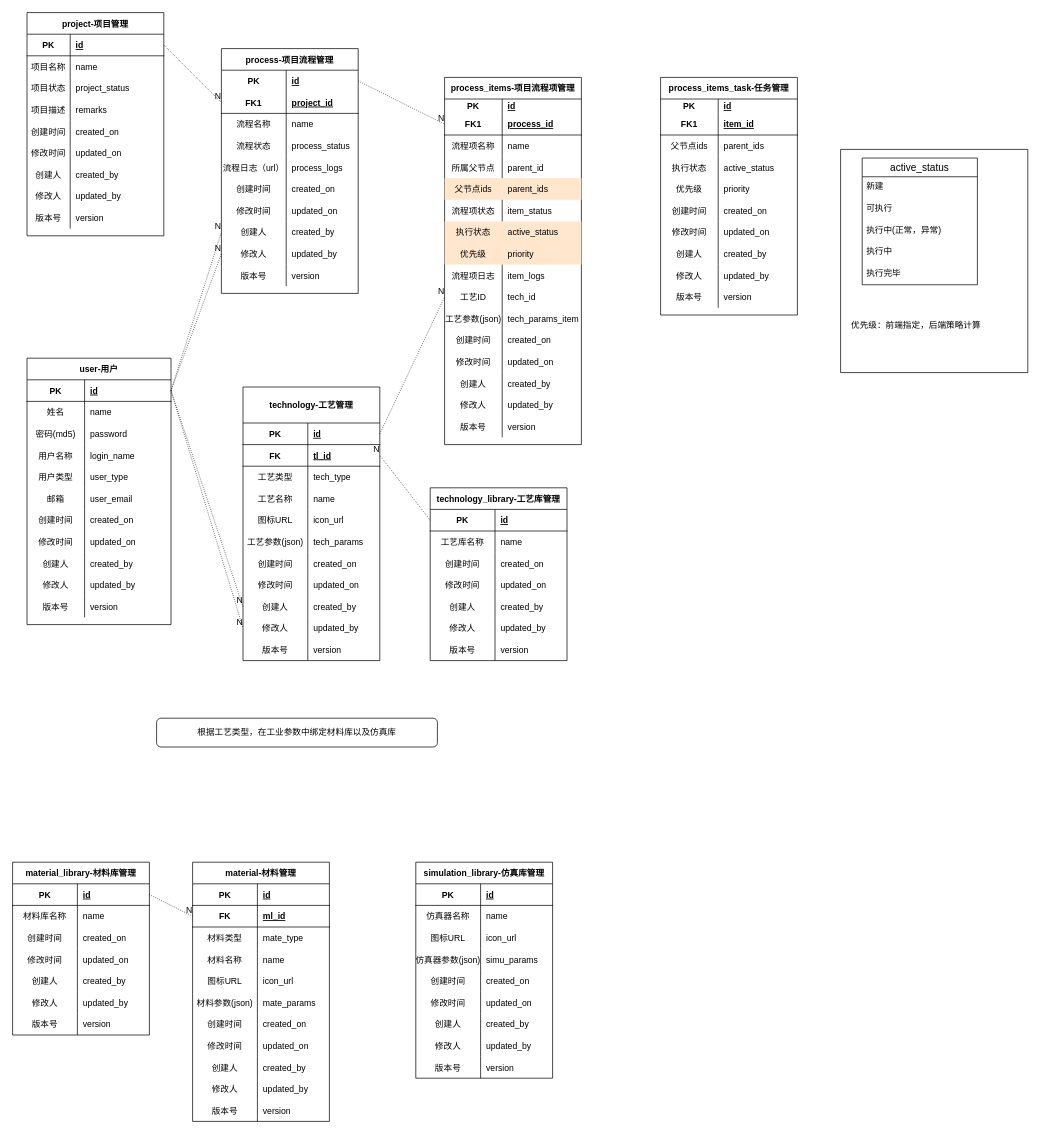
Earlier version of the draw.io diagram doc/webVTCadDatabase.drawio (yezhen701/VTCAD). Source tidied: cells renumbered, new cells numbered last; positions are measured from the earlier drawing's top-left corner, leaving out a move shared by most shapes. Both pictures are drawn from the tidied source at 72%, with x=0, y=0 at pixel (12, 12).
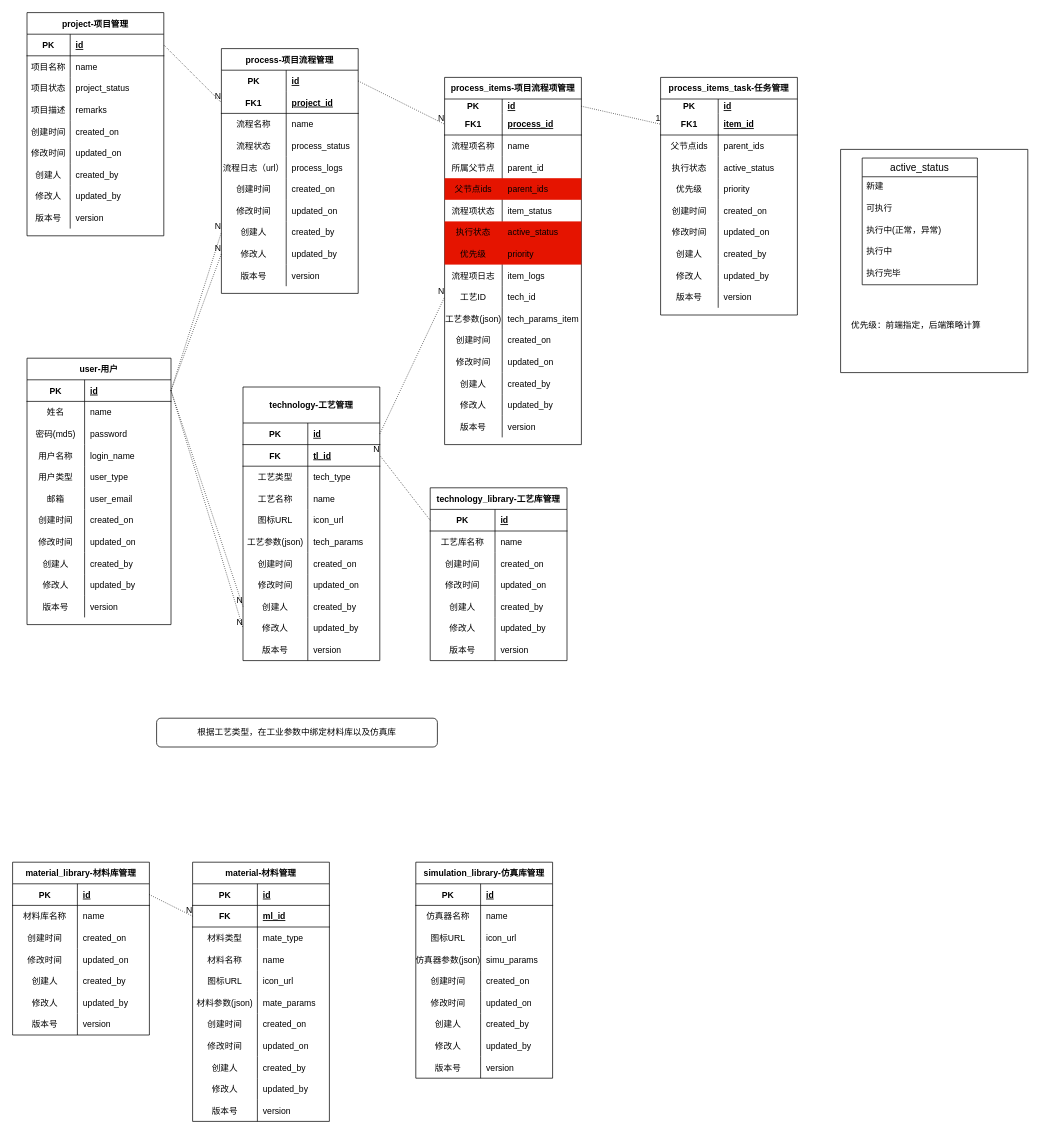
Above is the later version.

Unchanged cells that the change refers to:
```xml
<mxCell id="160" value="process_items-项目流程项管理" style="shape=table;startSize=30;childLayout=tableLayout;rowLines=0;fontStyle=1;align=center;" parent="1" vertex="1">
  <mxGeometry x="600" y="90" width="190" height="510" as="geometry" />
</mxCell>
<mxCell id="161" style="shape=partialRectangle;fillColor=none;top=0;left=0;bottom=0;right=0;points=[[0,0.5],[1,0.5]];portConstraint=eastwest;" parent="160" vertex="1">
  <mxGeometry y="30" width="190" height="20" as="geometry" />
</mxCell>
<mxCell id="315" style="shape=partialRectangle;fillColor=none;top=0;left=0;bottom=1;right=0;points=[[0,0.5],[1,0.5]];portConstraint=eastwest;" parent="311" vertex="1">
  <mxGeometry y="50" width="190" height="30" as="geometry" />
</mxCell>
```

What changed in the source:
```diff
@@
-    <mxCell id="173" style="shape=partialRectangle;fillColor=#ffe6cc;top=0;left=0;bottom=0;right=0;strokeColor=#d79b00;" parent="160" vertex="1">
+    <mxCell id="173" style="shape=partialRectangle;fillColor=#e51400;top=0;left=0;bottom=0;right=0;strokeColor=#B20000;fontColor=#ffffff;" parent="160" vertex="1">
       <mxGeometry y="140" width="190" height="30" as="geometry" />
     </mxCell>
@@
-    <mxCell id="179" style="shape=partialRectangle;fillColor=#ffe6cc;top=0;left=0;bottom=0;right=0;strokeColor=#d79b00;" parent="160" vertex="1">
+    <mxCell id="179" style="shape=partialRectangle;fillColor=#e51400;top=0;left=0;bottom=0;right=0;strokeColor=#B20000;fontColor=#ffffff;" parent="160" vertex="1">
       <mxGeometry y="200" width="190" height="30" as="geometry" />
     </mxCell>
@@
-    <mxCell id="182" style="shape=partialRectangle;fillColor=#ffe6cc;top=0;left=0;bottom=0;right=0;strokeColor=#d79b00;" parent="160" vertex="1">
+    <mxCell id="182" style="shape=partialRectangle;fillColor=#e51400;top=0;left=0;bottom=0;right=0;strokeColor=#B20000;fontColor=#ffffff;" parent="160" vertex="1">
       <mxGeometry y="230" width="190" height="30" as="geometry" />
     </mxCell>
@@
+    <mxCell id="342" style="endArrow=none;html=1;rounded=0;dashed=1;dashPattern=1 2;exitX=1;exitY=0.5;exitDx=0;exitDy=0;entryX=0;entryY=0.5;entryDx=0;entryDy=0;" parent="1" edge="1" source="161" target="315">
+      <mxGeometry relative="1" as="geometry" />
+    </mxCell>
+    <mxCell id="343" value="1" style="html=1;align=right;verticalAlign=bottom;" parent="342" vertex="1">
+      <mxGeometry x="1" relative="1" as="geometry" />
+    </mxCell>
```
